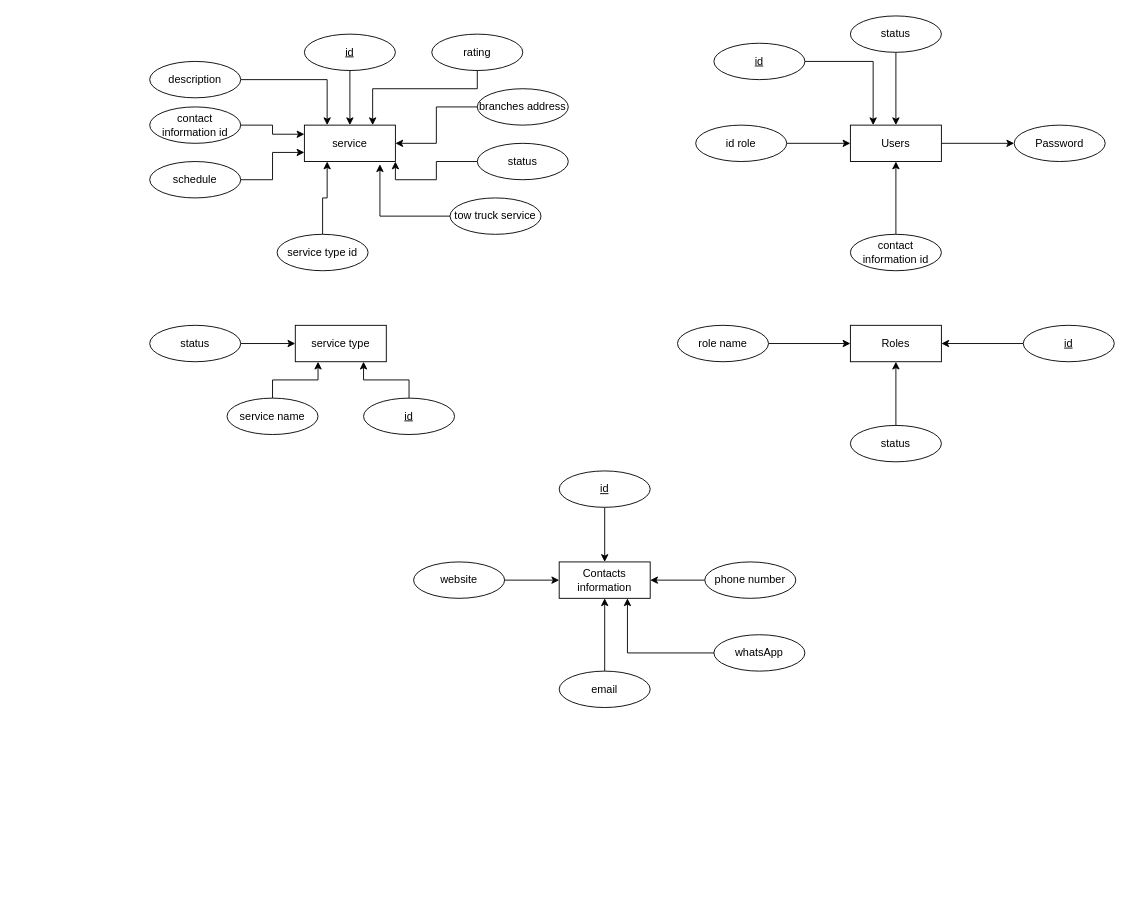
Above: Untitled Diagram.drawio in DrDaxter/diagrams (draw.io), before the change. Source tidied: cells renumbered, new cells numbered last; positions are measured from the earlier drawing's top-left corner, leaving out a move shared by most shapes. Both pictures are drawn from the tidied source at 91%, with x=0, y=0 at pixel (149, 15).
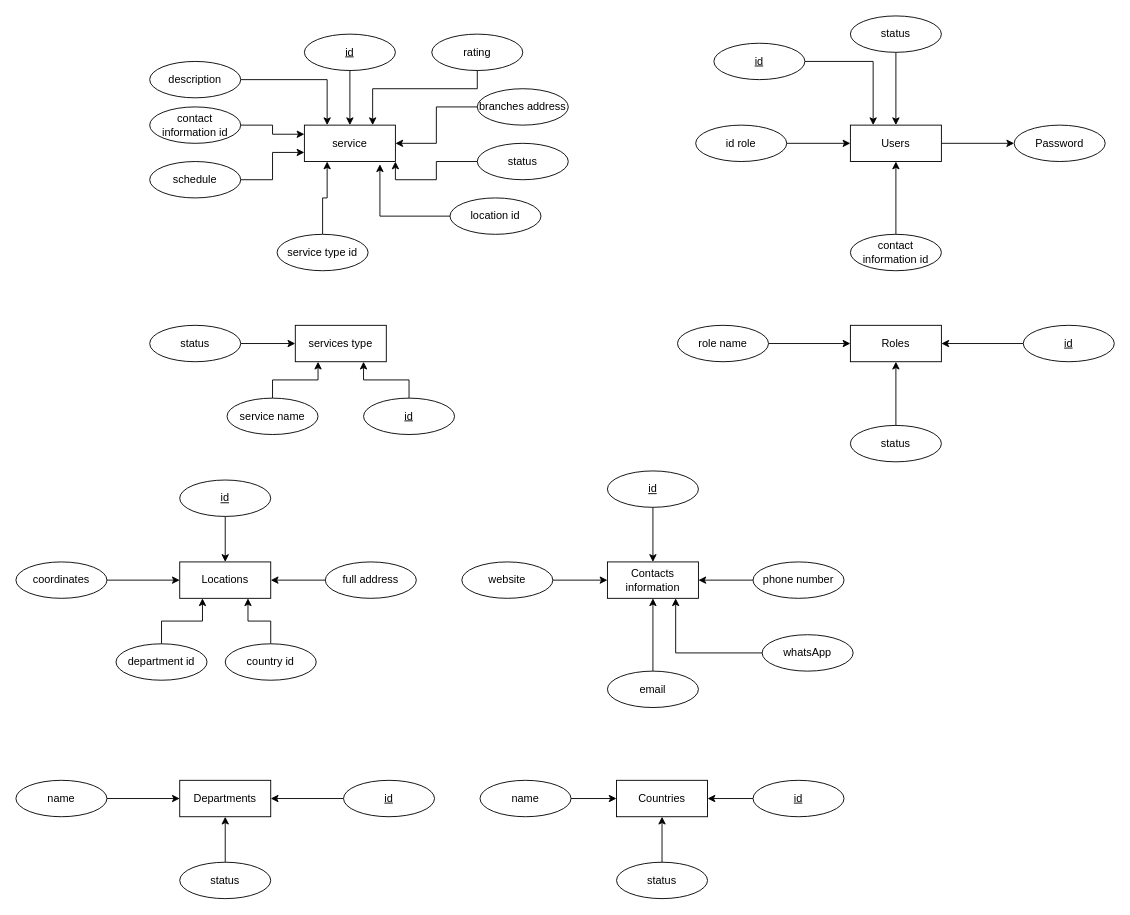
After the change.

Diff of the diagram source:
```diff
@@
-    <mxCell id="21" value="tow truck service" style="ellipse;whiteSpace=wrap;html=1;align=center;" parent="1" vertex="1">
+    <mxCell id="21" value="location id" style="ellipse;whiteSpace=wrap;html=1;align=center;" parent="1" vertex="1">
       <mxGeometry x="330" y="200" width="100" height="40" as="geometry" />
     </mxCell>
-    <mxCell id="22" value="service type" style="whiteSpace=wrap;html=1;align=center;" parent="1" vertex="1">
+    <mxCell id="22" value="services type" style="whiteSpace=wrap;html=1;align=center;" parent="1" vertex="1">
       <mxGeometry x="160" y="340" width="100" height="40" as="geometry" />
     </mxCell>
@@
     <mxCell id="47" value="Contacts information" style="whiteSpace=wrap;html=1;align=center;" parent="1" vertex="1">
-      <mxGeometry x="450" y="600" width="100" height="40" as="geometry" />
+      <mxGeometry x="503" y="600" width="100" height="40" as="geometry" />
     </mxCell>
@@
     <mxCell id="49" value="id" style="ellipse;whiteSpace=wrap;html=1;align=center;fontStyle=4;" parent="1" vertex="1">
-      <mxGeometry x="450" y="500" width="100" height="40" as="geometry" />
+      <mxGeometry x="503" y="500" width="100" height="40" as="geometry" />
     </mxCell>
@@
     <mxCell id="51" value="email" style="ellipse;whiteSpace=wrap;html=1;align=center;" parent="1" vertex="1">
-      <mxGeometry x="450" y="720" width="100" height="40" as="geometry" />
+      <mxGeometry x="503" y="720" width="100" height="40" as="geometry" />
     </mxCell>
@@
     <mxCell id="53" value="phone number" style="ellipse;whiteSpace=wrap;html=1;align=center;" parent="1" vertex="1">
-      <mxGeometry x="610" y="600" width="100" height="40" as="geometry" />
+      <mxGeometry x="663" y="600" width="100" height="40" as="geometry" />
     </mxCell>
@@
     <mxCell id="55" value="whatsApp" style="ellipse;whiteSpace=wrap;html=1;align=center;" parent="1" vertex="1">
-      <mxGeometry x="620" y="680" width="100" height="40" as="geometry" />
+      <mxGeometry x="673" y="680" width="100" height="40" as="geometry" />
     </mxCell>
@@
     <mxCell id="57" value="website" style="ellipse;whiteSpace=wrap;html=1;align=center;" parent="1" vertex="1">
-      <mxGeometry x="290" y="600" width="100" height="40" as="geometry" />
+      <mxGeometry x="343" y="600" width="100" height="40" as="geometry" />
     </mxCell>
+    <mxCell id="58" value="Locations" style="whiteSpace=wrap;html=1;align=center;" parent="1" vertex="1">
+      <mxGeometry x="33" y="600" width="100" height="40" as="geometry" />
+    </mxCell>
+    <mxCell id="59" style="edgeStyle=orthogonalEdgeStyle;rounded=0;jettySize=auto;html=1;" parent="1" edge="1" source="60" target="58">
+      <mxGeometry relative="1" as="geometry" />
+    </mxCell>
+    <mxCell id="60" value="full address" style="ellipse;whiteSpace=wrap;html=1;align=center;" parent="1" vertex="1">
+      <mxGeometry x="193" y="600" width="100" height="40" as="geometry" />
+    </mxCell>
+    <mxCell id="61" style="edgeStyle=orthogonalEdgeStyle;rounded=0;jettySize=auto;html=1;" parent="1" edge="1" source="62" target="58">
+      <mxGeometry relative="1" as="geometry" />
+    </mxCell>
+    <mxCell id="62" value="id" style="ellipse;whiteSpace=wrap;html=1;align=center;fontStyle=4;" parent="1" vertex="1">
+      <mxGeometry x="33" y="510" width="100" height="40" as="geometry" />
+    </mxCell>
+    <mxCell id="63" style="edgeStyle=orthogonalEdgeStyle;rounded=0;jettySize=auto;html=1;" parent="1" edge="1" source="64" target="58">
+      <mxGeometry relative="1" as="geometry" />
+    </mxCell>
+    <mxCell id="64" value="coordinates" style="ellipse;whiteSpace=wrap;html=1;align=center;" parent="1" vertex="1">
+      <mxGeometry x="-147" y="600" width="100" height="40" as="geometry" />
+    </mxCell>
+    <mxCell id="65" style="edgeStyle=orthogonalEdgeStyle;rounded=0;jettySize=auto;html=1;entryX=0.25;entryY=1;entryDx=0;entryDy=0;" parent="1" edge="1" source="66" target="58">
+      <mxGeometry relative="1" as="geometry" />
+    </mxCell>
+    <mxCell id="66" value="department id" style="ellipse;whiteSpace=wrap;html=1;align=center;" parent="1" vertex="1">
+      <mxGeometry x="-37" y="690" width="100" height="40" as="geometry" />
+    </mxCell>
+    <mxCell id="67" style="edgeStyle=orthogonalEdgeStyle;rounded=0;jettySize=auto;html=1;entryX=0.75;entryY=1;entryDx=0;entryDy=0;" parent="1" edge="1" source="68" target="58">
+      <mxGeometry relative="1" as="geometry" />
+    </mxCell>
+    <mxCell id="68" value="country id" style="ellipse;whiteSpace=wrap;html=1;align=center;" parent="1" vertex="1">
+      <mxGeometry x="83" y="690" width="100" height="40" as="geometry" />
+    </mxCell>
+    <mxCell id="69" value="Departments" style="whiteSpace=wrap;html=1;align=center;" parent="1" vertex="1">
+      <mxGeometry x="33" y="840" width="100" height="40" as="geometry" />
+    </mxCell>
+    <mxCell id="70" style="edgeStyle=orthogonalEdgeStyle;rounded=0;jettySize=auto;html=1;" parent="1" edge="1" source="71" target="69">
+      <mxGeometry relative="1" as="geometry" />
+    </mxCell>
+    <mxCell id="71" value="name" style="ellipse;whiteSpace=wrap;html=1;align=center;" parent="1" vertex="1">
+      <mxGeometry x="-147" y="840" width="100" height="40" as="geometry" />
+    </mxCell>
+    <mxCell id="72" style="edgeStyle=orthogonalEdgeStyle;rounded=0;jettySize=auto;html=1;" parent="1" edge="1" source="73" target="69">
+      <mxGeometry relative="1" as="geometry" />
+    </mxCell>
+    <mxCell id="73" value="id" style="ellipse;whiteSpace=wrap;html=1;align=center;fontStyle=4;" parent="1" vertex="1">
+      <mxGeometry x="213" y="840" width="100" height="40" as="geometry" />
+    </mxCell>
+    <mxCell id="74" style="edgeStyle=orthogonalEdgeStyle;rounded=0;jettySize=auto;html=1;" parent="1" edge="1" source="75" target="69">
+      <mxGeometry relative="1" as="geometry" />
+    </mxCell>
+    <mxCell id="75" value="status" style="ellipse;whiteSpace=wrap;html=1;align=center;" parent="1" vertex="1">
+      <mxGeometry x="33" y="930" width="100" height="40" as="geometry" />
+    </mxCell>
+    <mxCell id="76" value="Countries" style="whiteSpace=wrap;html=1;align=center;" parent="1" vertex="1">
+      <mxGeometry x="513" y="840" width="100" height="40" as="geometry" />
+    </mxCell>
+    <mxCell id="77" style="edgeStyle=orthogonalEdgeStyle;rounded=0;jettySize=auto;html=1;" parent="1" edge="1" source="78" target="76">
+      <mxGeometry relative="1" as="geometry" />
+    </mxCell>
+    <mxCell id="78" value="name" style="ellipse;whiteSpace=wrap;html=1;align=center;" parent="1" vertex="1">
+      <mxGeometry x="363" y="840" width="100" height="40" as="geometry" />
+    </mxCell>
+    <mxCell id="79" style="edgeStyle=orthogonalEdgeStyle;rounded=0;jettySize=auto;html=1;" parent="1" edge="1" source="80" target="76">
+      <mxGeometry relative="1" as="geometry" />
+    </mxCell>
+    <mxCell id="80" value="status" style="ellipse;whiteSpace=wrap;html=1;align=center;" parent="1" vertex="1">
+      <mxGeometry x="513" y="930" width="100" height="40" as="geometry" />
+    </mxCell>
+    <mxCell id="81" style="edgeStyle=orthogonalEdgeStyle;rounded=0;jettySize=auto;html=1;" parent="1" edge="1" source="82" target="76">
+      <mxGeometry relative="1" as="geometry" />
+    </mxCell>
+    <mxCell id="82" value="id" style="ellipse;whiteSpace=wrap;html=1;align=center;fontStyle=4;" parent="1" vertex="1">
+      <mxGeometry x="663" y="840" width="100" height="40" as="geometry" />
+    </mxCell>
```
